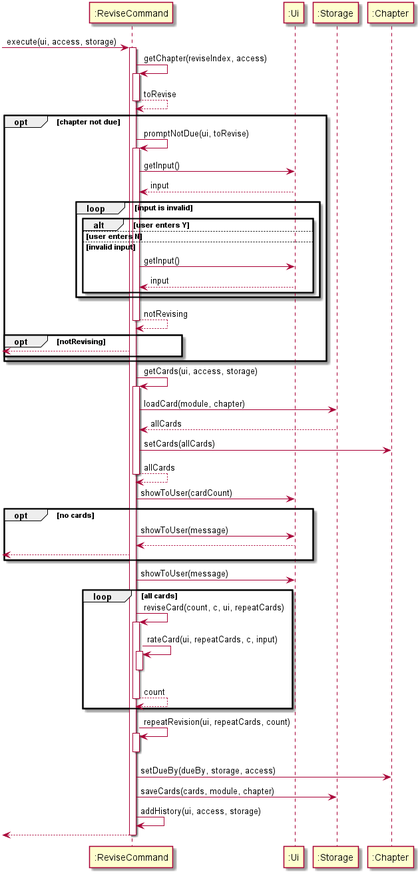
Before: docs/DG_Images/revise_seq_diagram.png, a diagram exported from PlantUML (nus-cs2113-AY2021S1/tp). The source it was exported from:
```plantuml
@startuml
-> ":ReviseCommand" : execute(ui, access, storage)
activate ":ReviseCommand"
":ReviseCommand" -> ":ReviseCommand" : getChapter(reviseIndex, access)
activate ":ReviseCommand"
":ReviseCommand" --> ":ReviseCommand" : toRevise
deactivate ":ReviseCommand"
opt chapter not due
    ":ReviseCommand" -> ":ReviseCommand" : promptNotDue(ui, toRevise)
    activate ":ReviseCommand"
    ":ReviseCommand" -> ":Ui" : getInput()
    ":ReviseCommand" <-- ":Ui" : input
    loop input is invalid
        alt user enters Y
        else user enters N
        else invalid input
            ":ReviseCommand" -> ":Ui" : getInput()
            ":ReviseCommand" <-- ":Ui" : input
        end
    end
    ":ReviseCommand" --> ":ReviseCommand" : notRevising
    deactivate ":ReviseCommand"
    opt notRevising
        <--  ":ReviseCommand"
    end
end
":ReviseCommand" -> ":ReviseCommand" : getCards(ui, access, storage)
activate ":ReviseCommand"
":ReviseCommand" -> ":Storage" : loadCard(module, chapter)
":ReviseCommand" <-- ":Storage" : allCards
":ReviseCommand" -> ":Chapter" : setCards(allCards)
":ReviseCommand" --> ":ReviseCommand" : allCards
deactivate ":ReviseCommand"
":ReviseCommand" -> ":Ui" : showToUser(cardCount)
opt no cards
    ":ReviseCommand" -> ":Ui" : showToUser(message)
    ":ReviseCommand" <-- ":Ui"
    <-- ":ReviseCommand"
end
":ReviseCommand" -> ":Ui" : showToUser(message)
loop all cards
    ":ReviseCommand" -> ":ReviseCommand" : reviseCard(count, c, ui, repeatCards)
    activate ":ReviseCommand"
    ":ReviseCommand" -> ":ReviseCommand" : rateCard(ui, repeatCards, c, input)
    activate ":ReviseCommand"
    deactivate ":ReviseCommand"
    ":ReviseCommand" --> ":ReviseCommand" : count
    deactivate ":ReviseCommand"
end
":ReviseCommand" -> ":ReviseCommand" : repeatRevision(ui, repeatCards, count)
activate ":ReviseCommand"
deactivate ":ReviseCommand"
":ReviseCommand" -> ":Chapter" : setDueBy(dueBy, storage, access)
":ReviseCommand" -> ":Storage" : saveCards(cards, module, chapter)
":ReviseCommand" -> ":ReviseCommand" : addHistory(ui, access, storage)
<-- ":ReviseCommand"
deactivate ":ReviseCommand"
@enduml
```
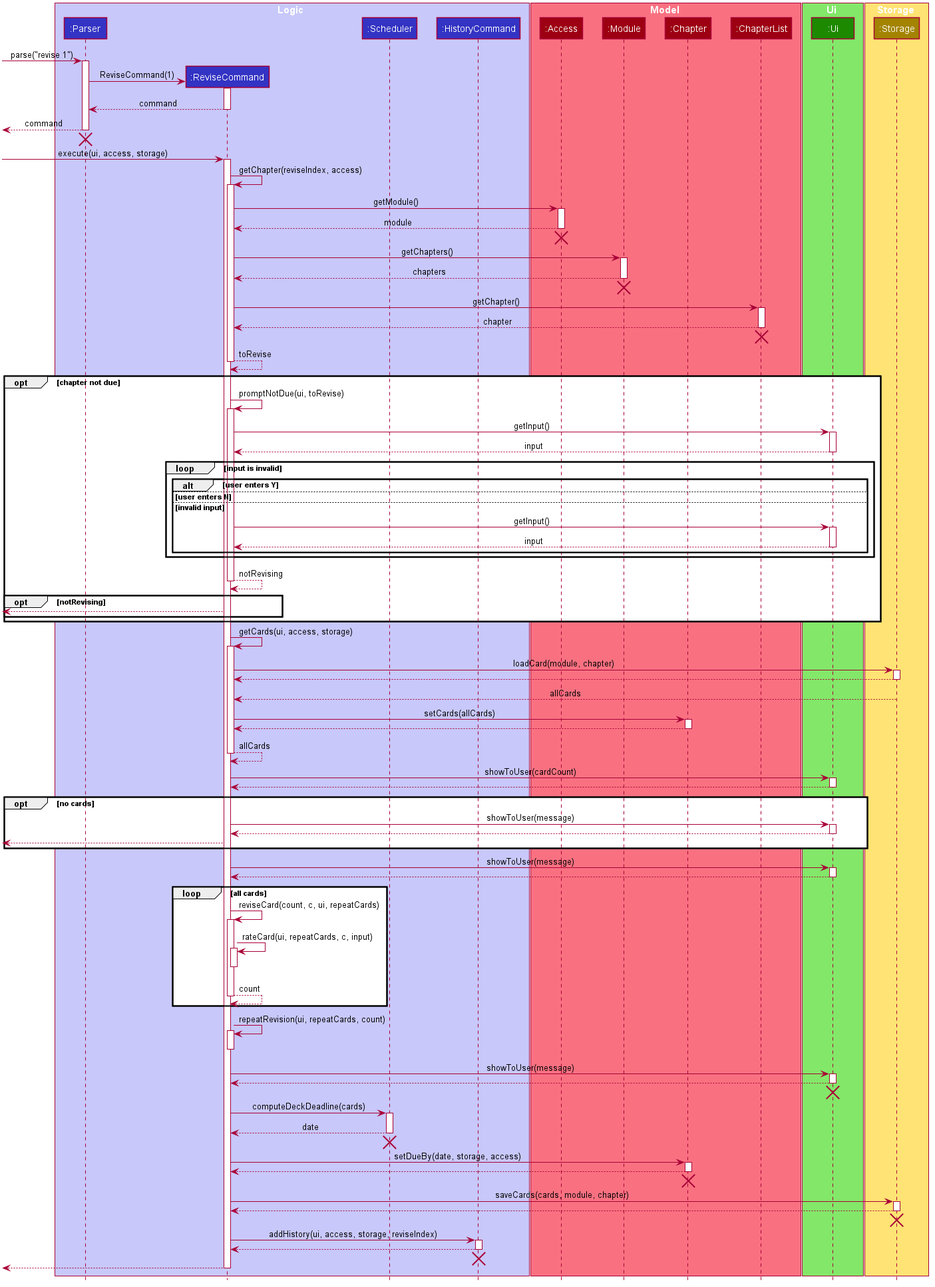
After the commit.

Commit message:
Update revise uml

What changed in the source:
```diff
@@ -1,58 +1,207 @@
 @startuml
--> ":ReviseCommand" : execute(ui, access, storage)
-activate ":ReviseCommand"
-":ReviseCommand" -> ":ReviseCommand" : getChapter(reviseIndex, access)
-activate ":ReviseCommand"
-":ReviseCommand" --> ":ReviseCommand" : toRevise
-deactivate ":ReviseCommand"
+
+
+
+
+
+
+
+
+skinparam BackgroundColor #FFFFFFF
+
+skinparam Shadowing false
+
+skinparam Class {
+    FontColor #FFFFFF
+    BorderThickness 1
+    BorderColor #FFFFFF
+    StereotypeFontColor #FFFFFF
+    FontName Arial
+}
+
+skinparam Actor {
+    BorderColor #000000
+    Color #000000
+    FontName Arial
+}
+
+skinparam Sequence {
+    MessageAlign center
+    BoxFontSize 15
+    BoxPadding 0
+    BoxFontColor #FFFFFF
+    FontName Arial
+}
+
+skinparam Participant {
+    FontColor #FFFFFFF
+    Padding 20
+}
+
+skinparam MinClassWidth 50
+skinparam ParticipantPadding 10
+skinparam Shadowing false
+skinparam DefaultTextAlignment center
+skinparam packageStyle Rectangle
+
+hide footbox
+hide members
+hide circle
+
+box Logic #C8C8FA
+participant ":Parser" as Parser #3333C4
+participant ":ReviseCommand" as ReviseCommand #3333C4
+participant ":Scheduler" as Scheduler #3333C4
+participant ":HistoryCommand" as HistoryCommand #3333C4
+end box
+
+box Model #F97181
+participant ":Access" as Access #9D0012
+participant ":Module" as Module #9D0012
+participant ":Chapter" as Chapter #9D0012
+participant ":ChapterList" as ChapterList #9D0012
+end box
+
+box Ui #83E769
+participant ":Ui" as Ui #1D8900
+end box
+
+box Storage #FFE374
+participant ":Storage" as Storage #A38300
+end box
+
+[-> Parser : parse("revise 1")
+activate Parser
+
+create ReviseCommand
+Parser -> ReviseCommand : ReviseCommand(1)
+activate ReviseCommand
+
+ReviseCommand --> Parser : command
+deactivate ReviseCommand
+
+[<-- Parser : command
+deactivate Parser
+[<-[hidden]- Parser
+destroy Parser
+
+[-> ReviseCommand : execute(ui, access, storage)
+activate ReviseCommand
+ReviseCommand -> ReviseCommand : getChapter(reviseIndex, access)
+activate ReviseCommand
+ReviseCommand -> Access : getModule()
+activate Access
+ReviseCommand <-- Access : module
+deactivate Access
+[<-[hidden]- Access
+destroy Access
+ReviseCommand -> Module : getChapters()
+activate Module
+ReviseCommand <-- Module : chapters
+deactivate Module
+[<-[hidden]- Module
+destroy Module
+ReviseCommand -> ChapterList : getChapter()
+activate ChapterList
+ReviseCommand <-- ChapterList : chapter
+deactivate ChapterList
+[<-[hidden]- ChapterList
+destroy ChapterList
+ReviseCommand <-- ReviseCommand : toRevise
+deactivate ReviseCommand
 opt chapter not due
-    ":ReviseCommand" -> ":ReviseCommand" : promptNotDue(ui, toRevise)
-    activate ":ReviseCommand"
-    ":ReviseCommand" -> ":Ui" : getInput()
-    ":ReviseCommand" <-- ":Ui" : input
+    ReviseCommand -> ReviseCommand : promptNotDue(ui, toRevise)
+    activate ReviseCommand
+    ReviseCommand -> Ui : getInput()
+    activate Ui
+    ReviseCommand <-- Ui : input
+    deactivate Ui
     loop input is invalid
         alt user enters Y
         else user enters N
         else invalid input
-            ":ReviseCommand" -> ":Ui" : getInput()
-            ":ReviseCommand" <-- ":Ui" : input
+            ReviseCommand -> Ui : getInput()
+            activate Ui
+            ReviseCommand <-- Ui : input
+            deactivate Ui
         end
     end
-    ":ReviseCommand" --> ":ReviseCommand" : notRevising
-    deactivate ":ReviseCommand"
+    ReviseCommand --> ReviseCommand : notRevising
+    deactivate ReviseCommand
     opt notRevising
-        <--  ":ReviseCommand"
+        <--  ReviseCommand
     end
 end
-":ReviseCommand" -> ":ReviseCommand" : getCards(ui, access, storage)
-activate ":ReviseCommand"
-":ReviseCommand" -> ":Storage" : loadCard(module, chapter)
-":ReviseCommand" <-- ":Storage" : allCards
-":ReviseCommand" -> ":Chapter" : setCards(allCards)
-":ReviseCommand" --> ":ReviseCommand" : allCards
-deactivate ":ReviseCommand"
-":ReviseCommand" -> ":Ui" : showToUser(cardCount)
+ReviseCommand -> ReviseCommand : getCards(ui, access, storage)
+activate ReviseCommand
+ReviseCommand -> Storage : loadCard(module, chapter)
+activate Storage
+ReviseCommand <-- Storage
+deactivate Storage
+ReviseCommand <-- Storage : allCards
+ReviseCommand -> Chapter : setCards(allCards)
+activate Chapter
+ReviseCommand <-- Chapter
+deactivate Chapter
+ReviseCommand --> ReviseCommand : allCards
+deactivate ReviseCommand
+ReviseCommand -> Ui : showToUser(cardCount)
+activate Ui
+ReviseCommand <-- Ui
+deactivate Ui
 opt no cards
-    ":ReviseCommand" -> ":Ui" : showToUser(message)
-    ":ReviseCommand" <-- ":Ui"
-    <-- ":ReviseCommand"
+    ReviseCommand -> Ui : showToUser(message)
+    activate Ui
+    ReviseCommand <-- Ui
+    deactivate Ui
+    [<-- ReviseCommand
 end
-":ReviseCommand" -> ":Ui" : showToUser(message)
+ReviseCommand -> Ui : showToUser(message)
+activate Ui
+ReviseCommand <-- Ui
+deactivate Ui
 loop all cards
-    ":ReviseCommand" -> ":ReviseCommand" : reviseCard(count, c, ui, repeatCards)
-    activate ":ReviseCommand"
-    ":ReviseCommand" -> ":ReviseCommand" : rateCard(ui, repeatCards, c, input)
-    activate ":ReviseCommand"
-    deactivate ":ReviseCommand"
-    ":ReviseCommand" --> ":ReviseCommand" : count
-    deactivate ":ReviseCommand"
+    ReviseCommand -> ReviseCommand : reviseCard(count, c, ui, repeatCards)
+    activate ReviseCommand
+    ReviseCommand -> ReviseCommand : rateCard(ui, repeatCards, c, input)
+    activate ReviseCommand
+    deactivate ReviseCommand
+    ReviseCommand --> ReviseCommand : count
+    deactivate ReviseCommand
 end
-":ReviseCommand" -> ":ReviseCommand" : repeatRevision(ui, repeatCards, count)
-activate ":ReviseCommand"
-deactivate ":ReviseCommand"
-":ReviseCommand" -> ":Chapter" : setDueBy(dueBy, storage, access)
-":ReviseCommand" -> ":Storage" : saveCards(cards, module, chapter)
-":ReviseCommand" -> ":ReviseCommand" : addHistory(ui, access, storage)
-<-- ":ReviseCommand"
-deactivate ":ReviseCommand"
+ReviseCommand -> ReviseCommand : repeatRevision(ui, repeatCards, count)
+activate ReviseCommand
+deactivate ReviseCommand
+ReviseCommand -> Ui : showToUser(message)
+activate Ui
+ReviseCommand <-- Ui
+deactivate Ui
+[<-[hidden]- Ui
+destroy Ui
+ReviseCommand -> Scheduler : computeDeckDeadline(cards)
+activate Scheduler
+ReviseCommand <-- Scheduler : date
+deactivate Scheduler
+[<-[hidden]- Scheduler
+destroy Scheduler
+ReviseCommand -> Chapter : setDueBy(date, storage, access)
+activate Chapter
+ReviseCommand <-- Chapter
+deactivate Chapter
+[<-[hidden]- Chapter
+destroy Chapter
+ReviseCommand -> Storage : saveCards(cards, module, chapter)
+activate Storage
+ReviseCommand <-- Storage
+deactivate Storage
+[<-[hidden]- Storage
+destroy Storage
+ReviseCommand -> HistoryCommand : addHistory(ui, access, storage, reviseIndex)
+activate HistoryCommand
+ReviseCommand <-- HistoryCommand
+deactivate HistoryCommand
+[<-[hidden]- HistoryCommand
+destroy HistoryCommand
+[<-- ReviseCommand
+deactivate ReviseCommand
 @enduml
```
